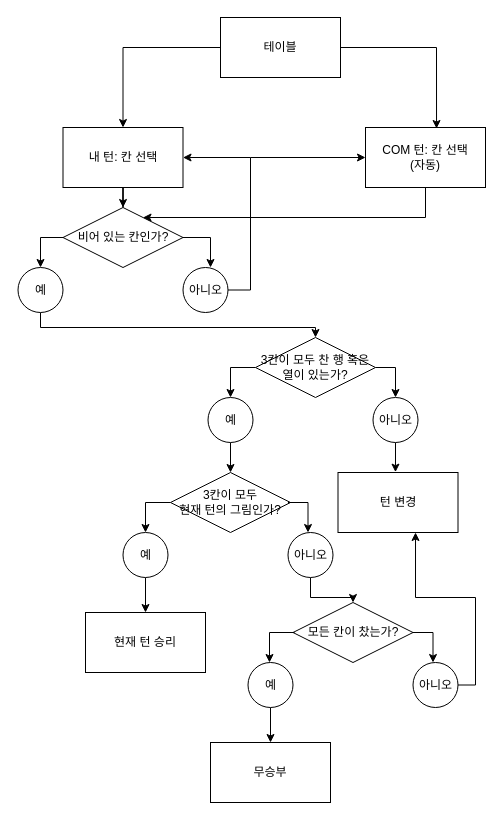
The draw.io diagram 틱택토/틱택토.drawio in yjglab/js_gameAlgorithm, before the edit. Source tidied: cells renumbered, new cells numbered last; positions are measured from the earlier drawing's top-left corner, leaving out a move shared by most shapes. Both pictures are drawn from the tidied source at 100%, with x=0, y=0 at pixel (18, 17).
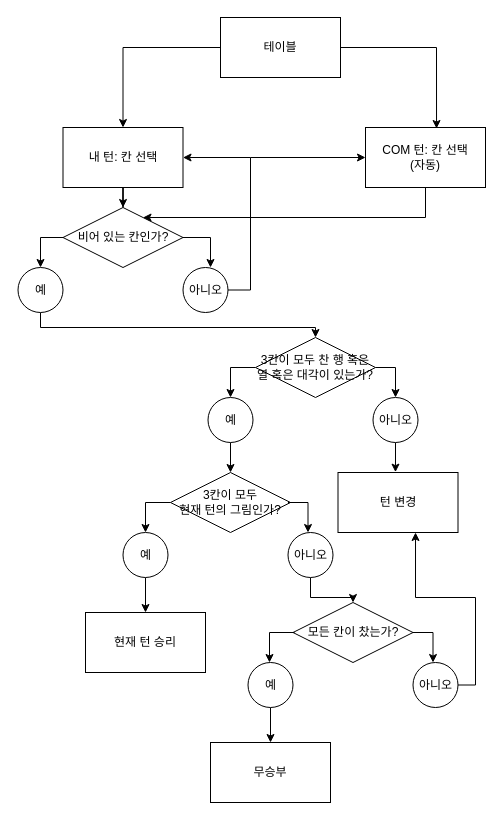
The same diagram, later.

Change to the diagram source:
```diff
@@
-    <mxCell id="16" value="3칸이 모두 찬 행 혹은 열이 있는가?" style="rhombus;whiteSpace=wrap;html=1;" parent="1" vertex="1">
+    <mxCell id="16" value="3칸이 모두 찬 행 혹은 열 혹은 대각이 있는가?" style="rhombus;whiteSpace=wrap;html=1;" parent="1" vertex="1">
       <mxGeometry x="237" y="320" width="120" height="60" as="geometry" />
     </mxCell>
```
